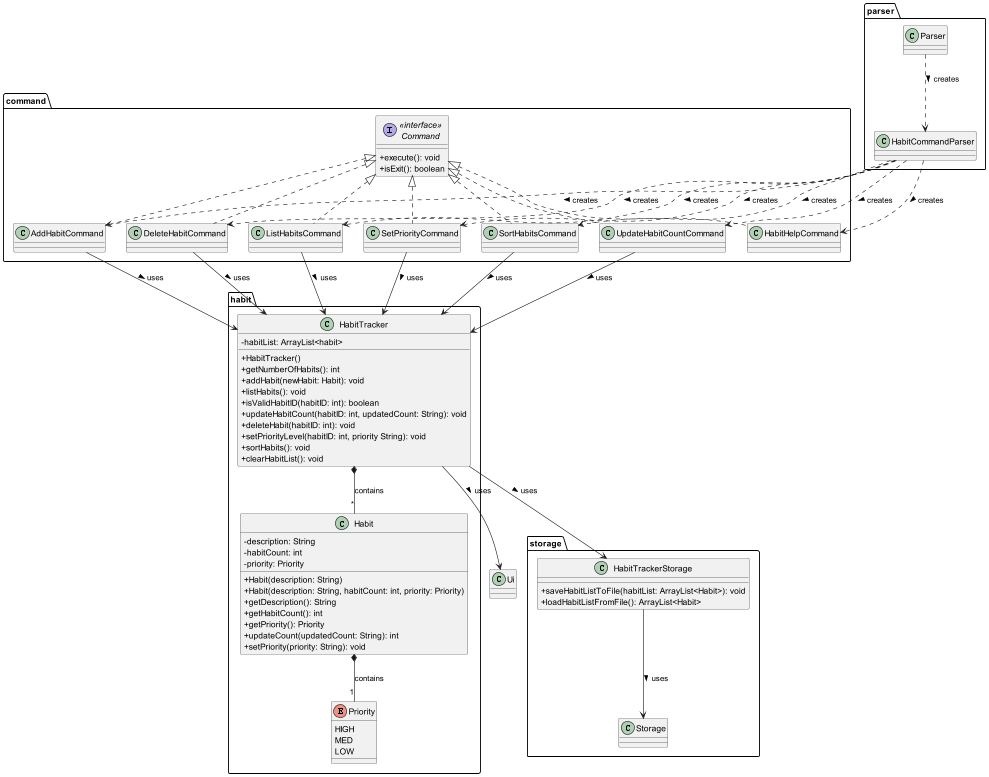
Before: docs/diagrams/habit/HabitClassDiagram.png, a diagram exported from PlantUML (AY2324S2-CS2113-T11-1/tp).
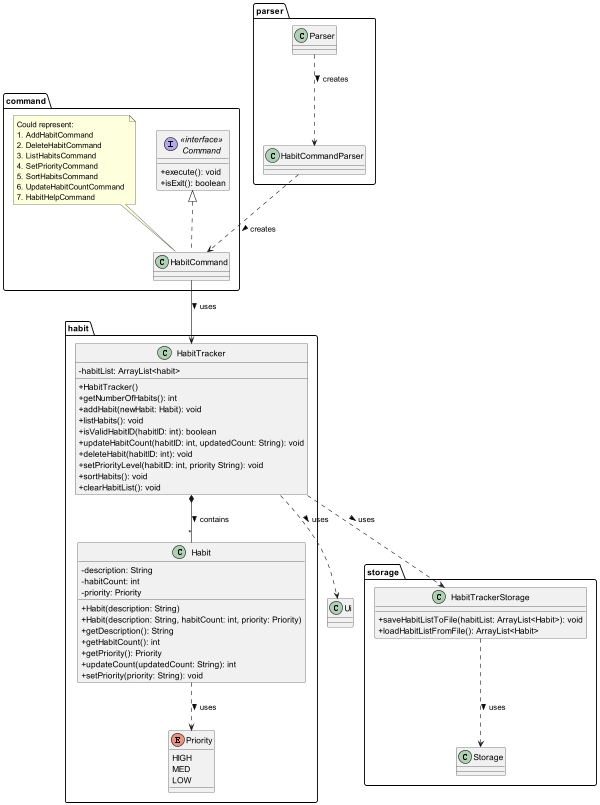
The same diagram one commit later.

Commit message:
Update habit class and sequence diagrams

Change to the diagram source:
```diff
@@ -16,26 +16,9 @@
                + isExit(): boolean
     }
 
-    class AddHabitCommand implements Command {
+    class HabitCommand implements Command {
     }
-
-    class DeleteHabitCommand implements Command {
-    }
-
-    class ListHabitsCommand implements Command {
-    }
-
-    class SetPriorityCommand implements Command {
-    }
-
-    class SortHabitsCommand implements Command {
-    }
-
-    class UpdateHabitCountCommand implements Command {
-    }
-
-    class HabitHelpCommand implements Command {
-    }
+    note top of HabitCommand: Could represent: \n1. AddHabitCommand \n2. DeleteHabitCommand \n3. ListHabitsCommand \n4. SetPriorityCommand \n5. SortHabitsCommand \n6. UpdateHabitCountCommand \n7. HabitHelpCommand
 }
 
 Package habit {
@@ -88,28 +71,18 @@
 class Ui {
 }
 
-HabitTracker *-- "*" Habit : contains
-Habit *-- "1" Priority : contains
+HabitTracker *-- "*" Habit : contains >
+Habit ..> Priority : uses >
 
-HabitTracker --> HabitTrackerStorage : uses >
-HabitTrackerStorage --> Storage : uses >
-HabitTracker --> Ui : uses >
+HabitTracker ..> HabitTrackerStorage : uses >
+HabitTrackerStorage ..> Storage : uses >
+HabitTracker ..> Ui : uses >
 
 Parser ..> HabitCommandParser : creates >
-HabitCommandParser .DOWN.> AddHabitCommand : creates >
-HabitCommandParser .DOWN.> DeleteHabitCommand : creates >
-HabitCommandParser .DOWN.> ListHabitsCommand : creates >
-HabitCommandParser .DOWN.> SetPriorityCommand : creates >
-HabitCommandParser .DOWN.> SortHabitsCommand : creates >
-HabitCommandParser .DOWN.> UpdateHabitCountCommand : creates >
-HabitCommandParser .DOWN.> HabitHelpCommand : creates >
+HabitCommandParser .DOWN.> HabitCommand : creates >
 
-AddHabitCommand --> HabitTracker : uses >
-DeleteHabitCommand --> HabitTracker : uses >
-ListHabitsCommand --> HabitTracker : uses >
-SetPriorityCommand --> HabitTracker : uses >
-SortHabitsCommand --> HabitTracker : uses >
-UpdateHabitCountCommand --> HabitTracker : uses >
+HabitCommand --> HabitTracker : uses >
+
 
 
 
```
